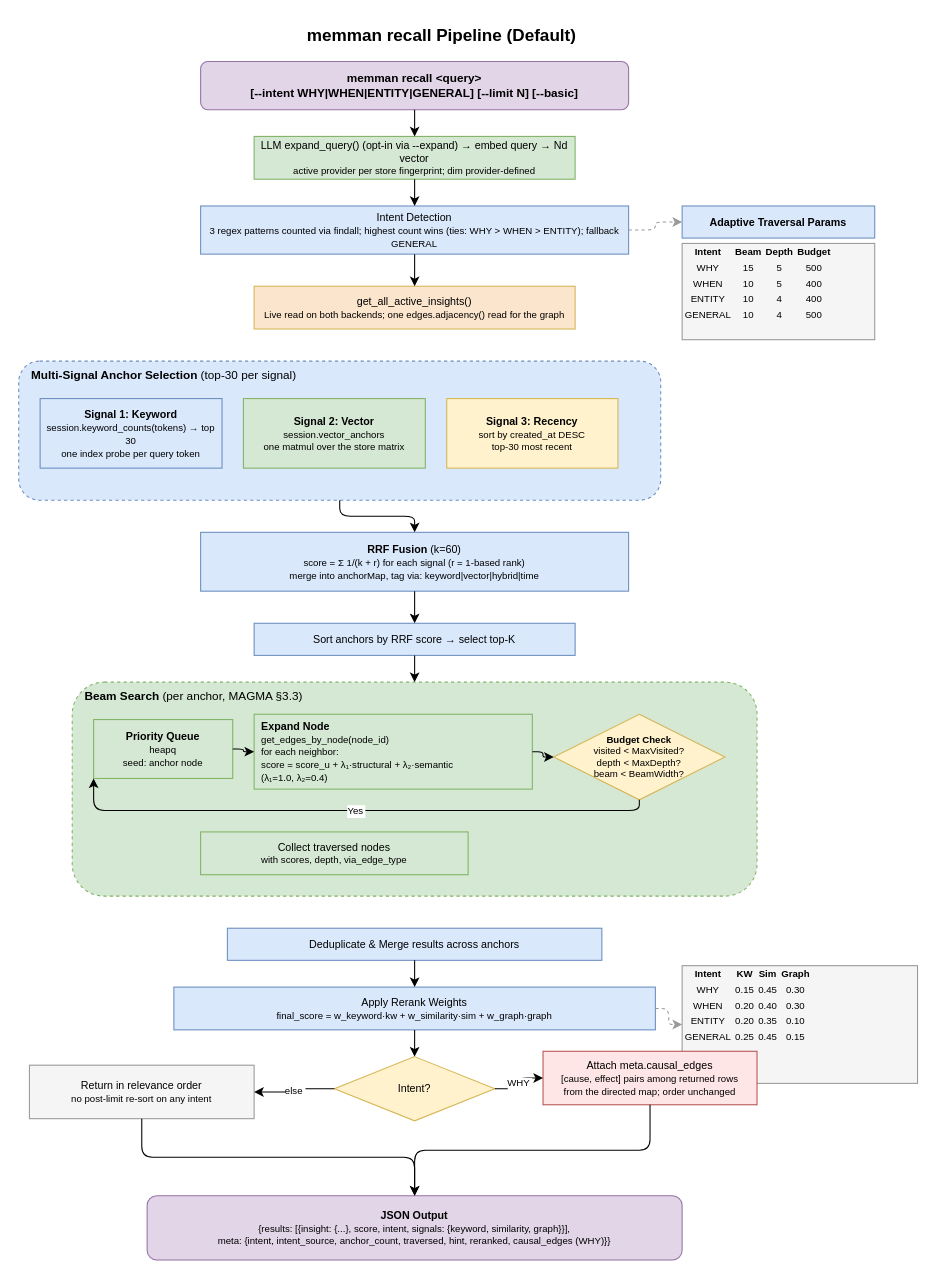
The draw.io diagram docs/diagrams/03-smart-recall-pipeline.drawio in bissli/memman, before the edit. Source tidied: cells renumbered, new cells numbered last; positions are measured from the earlier drawing's top-left corner, leaving out a move shared by most shapes. Both pictures are drawn from the tidied source at 107%, with x=0, y=0 at pixel (18, 18).
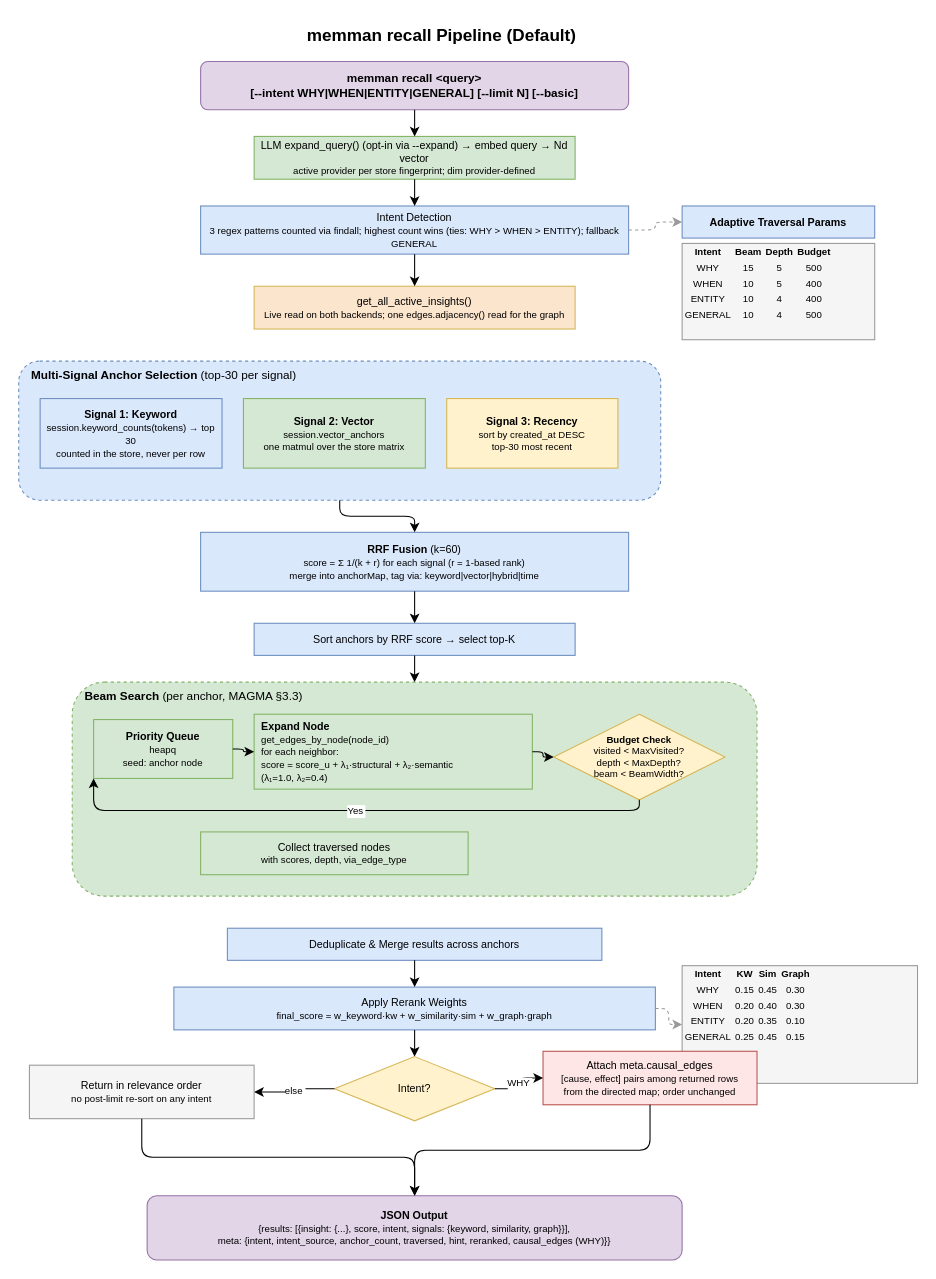
After the change.

Commit message (it also covers changes not shown here):
perf(recall): count keywords from a stored token column on postgres

What changed in the source:
```diff
@@
-    <mxCell id="14" value="&lt;b&gt;Signal 1: Keyword&lt;/b&gt;&lt;br&gt;&lt;font style=&quot;font-size:9px&quot;&gt;session.keyword_counts(tokens) &amp;rarr; top 30&lt;br&gt;one index probe per query token&lt;/font&gt;" style="rounded=0;whiteSpace=wrap;html=1;fillColor=#dae8fc;strokeColor=#6c8ebf;fontSize=10;" parent="1" vertex="1">
+    <mxCell id="14" value="&lt;b&gt;Signal 1: Keyword&lt;/b&gt;&lt;br&gt;&lt;font style=&quot;font-size:9px&quot;&gt;session.keyword_counts(tokens) &amp;rarr; top 30&lt;br&gt;counted in the store, never per row&lt;/font&gt;" style="rounded=0;whiteSpace=wrap;html=1;fillColor=#dae8fc;strokeColor=#6c8ebf;fontSize=10;" parent="1" vertex="1">
       <mxGeometry x="20" y="355" width="170" height="65" as="geometry" />
     </mxCell>
```
